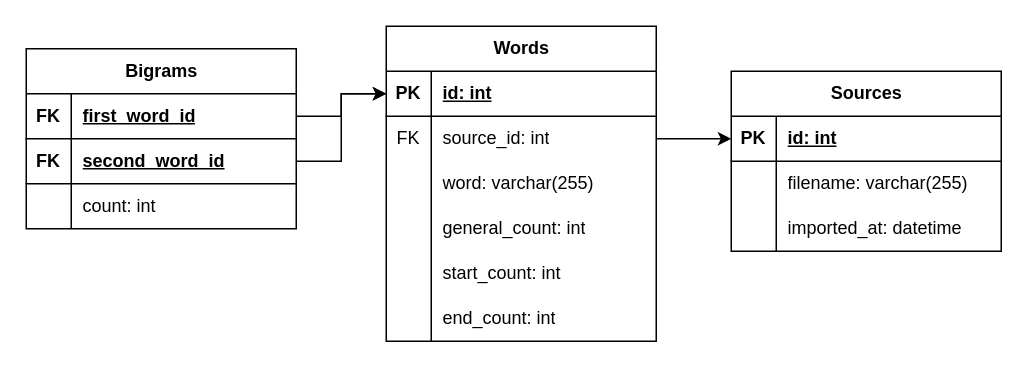
This is src/main/db_schema.drawio from SarayuGajula/sentence-generation, a draw.io file, before an edit. Source tidied: cells renumbered, new cells numbered last; positions are measured from the earlier drawing's top-left corner, leaving out a move shared by most shapes. Both pictures are drawn from the tidied source at 150%, with x=0, y=0 at pixel (26, 26).
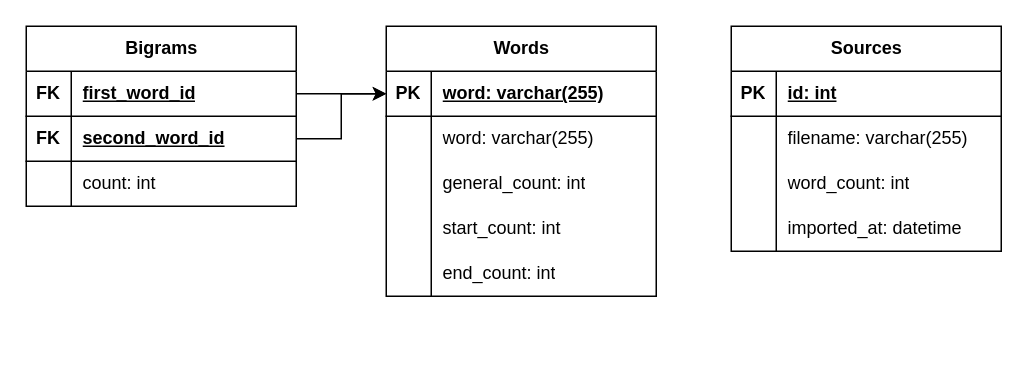
The same page after the edit.

Commit message (it also covers changes not shown here):
Adjusted DB schema and table creation SQL based on meeting discussions

The change refers to these unchanged cells:
```xml
<mxCell id="3" style="shape=tableRow;horizontal=0;startSize=0;swimlaneHead=0;swimlaneBody=0;fillColor=none;points=[[0,0.5],[1,0.5]];portConstraint=eastwest;top=0;left=0;right=0;bottom=1;" parent="2" vertex="1">
  <mxGeometry y="30" width="180" height="30" as="geometry" />
</mxCell>
<mxCell id="22" style="shape=tableRow;horizontal=0;startSize=0;swimlaneHead=0;swimlaneBody=0;fillColor=none;points=[[0,0.5],[1,0.5]];portConstraint=eastwest;top=0;left=0;right=0;bottom=1;" parent="21" vertex="1">
  <mxGeometry y="30" width="180" height="30" as="geometry" />
</mxCell>
```

Change to the diagram source:
```diff
@@
     <mxCell id="2" value="Words" style="shape=table;startSize=30;childLayout=tableLayout;rowLines=0;fontStyle=1;align=center;html=1;" parent="1" vertex="1">
-      <mxGeometry x="240" width="180" height="210" as="geometry" />
+      <mxGeometry x="240" width="180" height="180" as="geometry" />
     </mxCell>
@@
-    <mxCell id="5" value="id: int" style="shape=partialRectangle;fillColor=none;top=0;left=0;bottom=0;right=0;align=left;spacingLeft=6;fontStyle=5;overflow=hidden;whiteSpace=wrap;html=1;" parent="3" vertex="1">
+    <mxCell id="5" value="word: varchar(255)" style="shape=partialRectangle;fillColor=none;top=0;left=0;bottom=0;right=0;align=left;spacingLeft=6;fontStyle=5;overflow=hidden;whiteSpace=wrap;html=1;" parent="3" vertex="1">
       <mxGeometry x="30" width="150" height="30" as="geometry" />
     </mxCell>
-    <mxCell id="6" style="shape=tableRow;horizontal=0;startSize=0;swimlaneHead=0;swimlaneBody=0;fillColor=none;points=[[0,0.5],[1,0.5]];portConstraint=eastwest;top=0;left=0;right=0;bottom=0;" parent="2" vertex="1">
-      <mxGeometry y="60" width="180" height="30" as="geometry" />
-    </mxCell>
-    <mxCell id="7" value="FK" style="shape=partialRectangle;fillColor=none;top=0;left=0;bottom=0;right=0;overflow=hidden;whiteSpace=wrap;html=1;" parent="6" vertex="1">
-      <mxGeometry width="30" height="30" as="geometry" />
-    </mxCell>
-    <mxCell id="8" value="source_id: int" style="shape=partialRectangle;fillColor=none;top=0;left=0;bottom=0;right=0;align=left;spacingLeft=6;overflow=hidden;whiteSpace=wrap;html=1;" parent="6" vertex="1">
-      <mxGeometry x="30" width="150" height="30" as="geometry" />
-    </mxCell>
     <mxCell id="9" style="shape=tableRow;horizontal=0;startSize=0;swimlaneHead=0;swimlaneBody=0;fillColor=none;top=0;left=0;right=0;bottom=0;" parent="2" vertex="1">
-      <mxGeometry y="90" width="180" height="30" as="geometry" />
+      <mxGeometry y="60" width="180" height="30" as="geometry" />
     </mxCell>
@@
     <mxCell id="12" style="shape=tableRow;horizontal=0;startSize=0;swimlaneHead=0;swimlaneBody=0;fillColor=none;top=0;left=0;right=0;bottom=0;" parent="2" vertex="1">
-      <mxGeometry y="120" width="180" height="30" as="geometry" />
+      <mxGeometry y="90" width="180" height="30" as="geometry" />
     </mxCell>
@@
     <mxCell id="15" style="shape=tableRow;horizontal=0;startSize=0;swimlaneHead=0;swimlaneBody=0;fillColor=none;top=0;left=0;right=0;bottom=0;" parent="2" vertex="1">
-      <mxGeometry y="150" width="180" height="30" as="geometry" />
+      <mxGeometry y="120" width="180" height="30" as="geometry" />
     </mxCell>
@@
     <mxCell id="18" style="shape=tableRow;horizontal=0;startSize=0;swimlaneHead=0;swimlaneBody=0;fillColor=none;top=0;left=0;right=0;bottom=0;" parent="2" vertex="1">
-      <mxGeometry y="180" width="180" height="30" as="geometry" />
+      <mxGeometry y="150" width="180" height="30" as="geometry" />
     </mxCell>
@@
     <mxCell id="21" value="Sources" style="shape=table;startSize=30;childLayout=tableLayout;rowLines=0;fontStyle=1;align=center;html=1;" parent="1" vertex="1">
-      <mxGeometry x="470" y="30" width="180" height="120" as="geometry" />
+      <mxGeometry x="470" width="180" height="150" as="geometry" />
     </mxCell>
@@
+    <mxCell id="44" style="shape=tableRow;horizontal=0;startSize=0;swimlaneHead=0;swimlaneBody=0;fillColor=none;top=0;left=0;right=0;bottom=0;" parent="21" vertex="1">
+      <mxGeometry y="90" width="180" height="30" as="geometry" />
+    </mxCell>
+    <mxCell id="45" style="shape=partialRectangle;fillColor=none;top=0;left=0;bottom=0;right=0;overflow=hidden;whiteSpace=wrap;html=1;" parent="44" vertex="1">
+      <mxGeometry width="30" height="30" as="geometry" />
+    </mxCell>
+    <mxCell id="46" value="word_count: int" style="shape=partialRectangle;fillColor=none;top=0;left=0;bottom=0;right=0;align=left;spacingLeft=6;overflow=hidden;whiteSpace=wrap;html=1;" parent="44" vertex="1">
+      <mxGeometry x="30" width="150" height="30" as="geometry" />
+    </mxCell>
     <mxCell id="28" style="shape=tableRow;horizontal=0;startSize=0;swimlaneHead=0;swimlaneBody=0;fillColor=none;top=0;left=0;right=0;bottom=0;" parent="21" vertex="1">
-      <mxGeometry y="90" width="180" height="30" as="geometry" />
+      <mxGeometry y="120" width="180" height="30" as="geometry" />
     </mxCell>
@@
-    <mxCell id="31" style="edgeStyle=orthogonalEdgeStyle;rounded=0;jettySize=auto;html=1;entryX=0;entryY=0.5;entryDx=0;entryDy=0;" parent="1" edge="1" source="6" target="22">
-      <mxGeometry relative="1" as="geometry" />
-    </mxCell>
     <mxCell id="32" value="Bigrams" style="shape=table;startSize=30;childLayout=tableLayout;rowLines=0;fontStyle=1;align=center;html=1;" parent="1" vertex="1">
-      <mxGeometry y="15" width="180" height="120" as="geometry" />
+      <mxGeometry width="180" height="120" as="geometry" />
     </mxCell>
```
